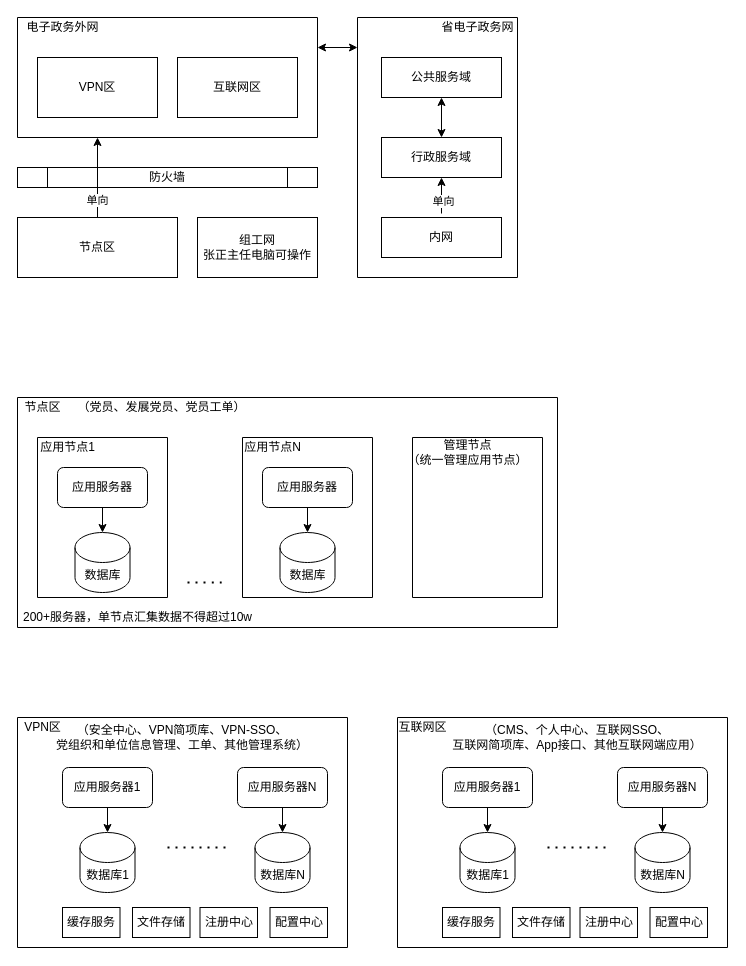
Before: Dengta/部署域.drawio in liuchenwei2000/diagram, a draw.io diagram. Source tidied: cells renumbered, new cells numbered last; positions are measured from the earlier drawing's top-left corner, leaving out a move shared by most shapes. Both pictures are drawn from the tidied source at 100%, with x=0, y=0 at pixel (17, 17).
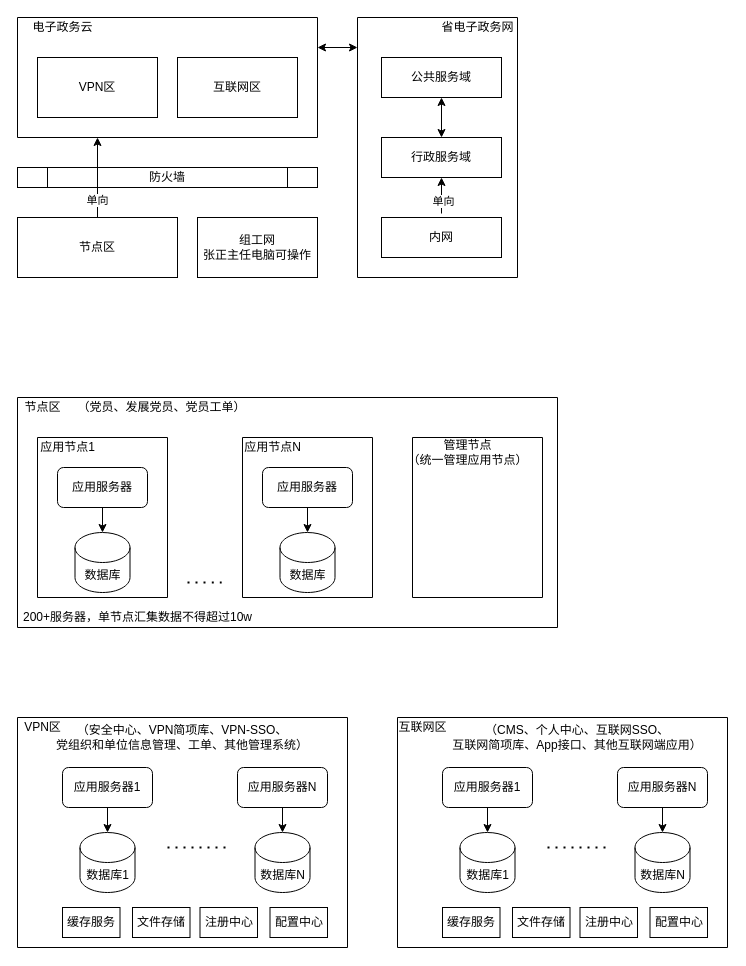
Above is the later version.

What changed in the source:
```diff
@@
-    <mxCell id="10" value="电子政务外网" style="text;html=1;align=center;verticalAlign=middle;" parent="1" vertex="1">
-      <mxGeometry width="90" height="20" as="geometry" />
+    <mxCell id="10" value="电子政务云" style="text;html=1;align=center;verticalAlign=middle;" parent="1" vertex="1">
+      <mxGeometry x="5" width="80" height="20" as="geometry" />
     </mxCell>
```
